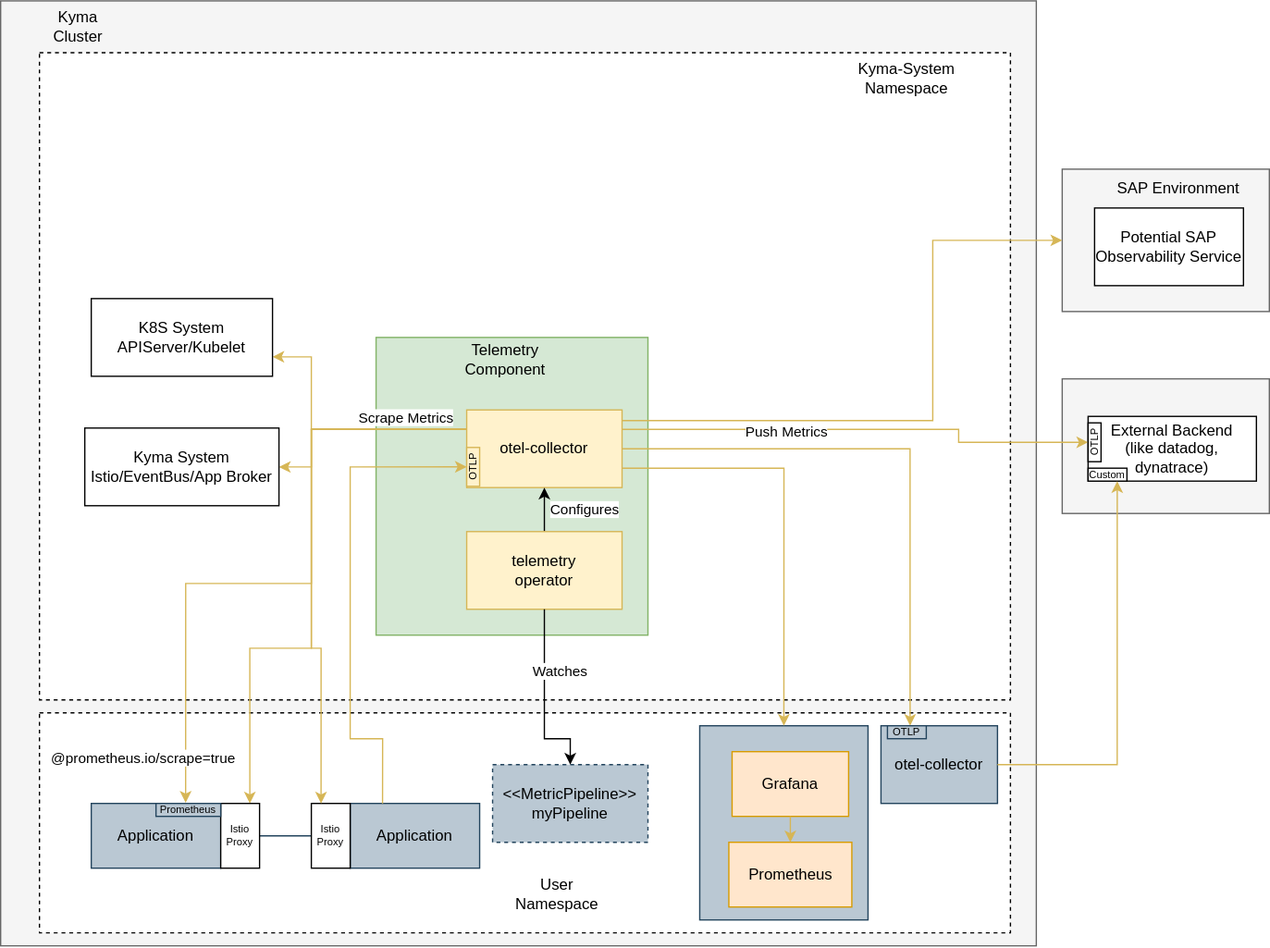
Before: concepts/observability-strategy/configurable-monitoring/assets/monitoring-future.drawio.svg, a diagram exported from draw.io (kyma-project/community). Source tidied: cells renumbered, new cells last; positions are measured from the earlier drawing's top-left corner, leaving out a move shared by most shapes.
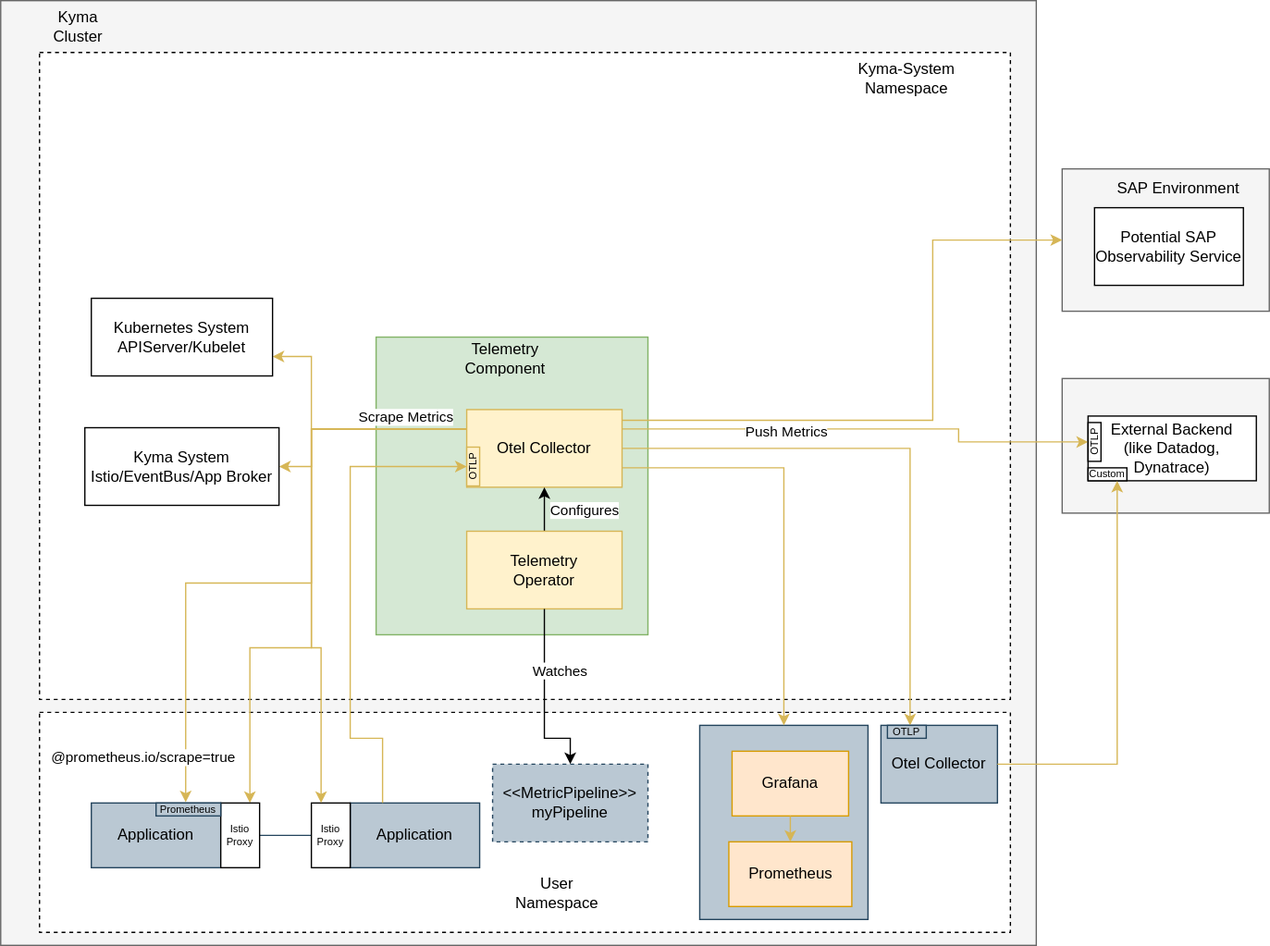
The same diagram one commit later.

What changed in the source:
```diff
@@ -42,7 +42,7 @@
         </Array>
       </mxGeometry>
     </mxCell>
-    <mxCell id="10" value="otel-collector" style="rounded=0;whiteSpace=wrap;html=1;fillColor=#fff2cc;strokeColor=#d6b656;fontColor=#000000;" parent="1" vertex="1">
+    <mxCell id="10" value="Otel Collector" style="rounded=0;whiteSpace=wrap;html=1;fillColor=#fff2cc;strokeColor=#d6b656;fontColor=#000000;" parent="1" vertex="1">
       <mxGeometry x="360" y="316" width="120" height="60" as="geometry" />
     </mxCell>
     <mxCell id="11" value="Application" style="rounded=0;whiteSpace=wrap;html=1;fillColor=#bac8d3;strokeColor=#23445d;fontColor=#000000;" parent="1" vertex="1">
@@ -51,7 +51,7 @@
     <mxCell id="12" value="Kyma System&lt;br&gt;Istio/EventBus/App Broker" style="rounded=0;whiteSpace=wrap;html=1;fillColor=#FFFFFF;strokeColor=#000000;fontColor=#000000;" parent="1" vertex="1">
       <mxGeometry x="65" y="330" width="150" height="60" as="geometry" />
     </mxCell>
-    <mxCell id="13" value="K8S System&lt;br&gt;APIServer/Kubelet" style="rounded=0;whiteSpace=wrap;html=1;fillColor=#FFFFFF;strokeColor=#000000;fontColor=#000000;" parent="1" vertex="1">
+    <mxCell id="13" value="Kubernetes System&lt;br&gt;APIServer/Kubelet" style="rounded=0;whiteSpace=wrap;html=1;fillColor=#FFFFFF;strokeColor=#000000;fontColor=#000000;" parent="1" vertex="1">
       <mxGeometry x="70" y="230" width="140" height="60" as="geometry" />
     </mxCell>
     <mxCell id="14" value="Kyma Cluster" style="text;html=1;strokeColor=none;fillColor=none;align=center;verticalAlign=middle;whiteSpace=wrap;rounded=0;fontColor=#000000;" parent="1" vertex="1">
@@ -131,7 +131,7 @@
         <mxPoint x="32" y="6" as="offset" />
       </mxGeometry>
     </mxCell>
-    <mxCell id="31" value="telemetry&lt;br&gt;operator" style="rounded=0;whiteSpace=wrap;html=1;fillColor=#fff2cc;strokeColor=#d6b656;fontColor=#000000;" parent="1" vertex="1">
+    <mxCell id="31" value="Telemetry&lt;br&gt;Operator" style="rounded=0;whiteSpace=wrap;html=1;fillColor=#fff2cc;strokeColor=#d6b656;fontColor=#000000;" parent="1" vertex="1">
       <mxGeometry x="360" y="410" width="120" height="60" as="geometry" />
     </mxCell>
     <mxCell id="32" value="&amp;lt;&amp;lt;MetricPipeline&amp;gt;&amp;gt;&lt;br&gt;myPipeline" style="rounded=0;whiteSpace=wrap;html=1;fillColor=#bac8d3;strokeColor=#23445d;fontColor=#000000;dashed=1;" parent="1" vertex="1">
@@ -153,7 +153,7 @@
     <mxCell id="35" style="rounded=0;whiteSpace=wrap;html=1;fillColor=#f5f5f5;strokeColor=#666666;fontColor=#333333;" parent="1" vertex="1">
       <mxGeometry x="820" y="292" width="160" height="104" as="geometry" />
     </mxCell>
-    <mxCell id="36" value="External Backend&lt;br&gt;(like datadog, dynatrace)" style="rounded=0;whiteSpace=wrap;html=1;" parent="1" vertex="1">
+    <mxCell id="36" value="External Backend&lt;br&gt;(like Datadog, Dynatrace)" style="rounded=0;whiteSpace=wrap;html=1;" parent="1" vertex="1">
       <mxGeometry x="840" y="321" width="130" height="50" as="geometry" />
     </mxCell>
     <mxCell id="37" style="edgeStyle=orthogonalEdgeStyle;rounded=0;jettySize=auto;html=1;fillColor=#fff2cc;strokeColor=#d6b656;jumpStyle=gap;exitX=1;exitY=0.25;exitDx=0;exitDy=0;entryX=0.5;entryY=0;entryDx=0;entryDy=0;" parent="1" edge="1" source="10" target="39">
@@ -172,7 +172,7 @@
     <mxCell id="39" value="OTLP" style="rounded=0;whiteSpace=wrap;html=1;fontSize=8;rotation=-90;" parent="1" vertex="1">
       <mxGeometry x="830" y="336" width="30" height="10" as="geometry" />
     </mxCell>
-    <mxCell id="40" value="otel-collector" style="rounded=0;whiteSpace=wrap;html=1;fillColor=#bac8d3;strokeColor=#23445d;" parent="1" vertex="1">
+    <mxCell id="40" value="Otel Collector" style="rounded=0;whiteSpace=wrap;html=1;fillColor=#bac8d3;strokeColor=#23445d;" parent="1" vertex="1">
       <mxGeometry x="680" y="560" width="90" height="60" as="geometry" />
     </mxCell>
     <mxCell id="41" style="edgeStyle=orthogonalEdgeStyle;rounded=0;jettySize=auto;html=1;fillColor=#fff2cc;strokeColor=#d6b656;jumpStyle=gap;exitX=1;exitY=0.5;exitDx=0;exitDy=0;entryX=0.25;entryY=0;entryDx=0;entryDy=0;" parent="1" edge="1" source="10" target="40">
```
